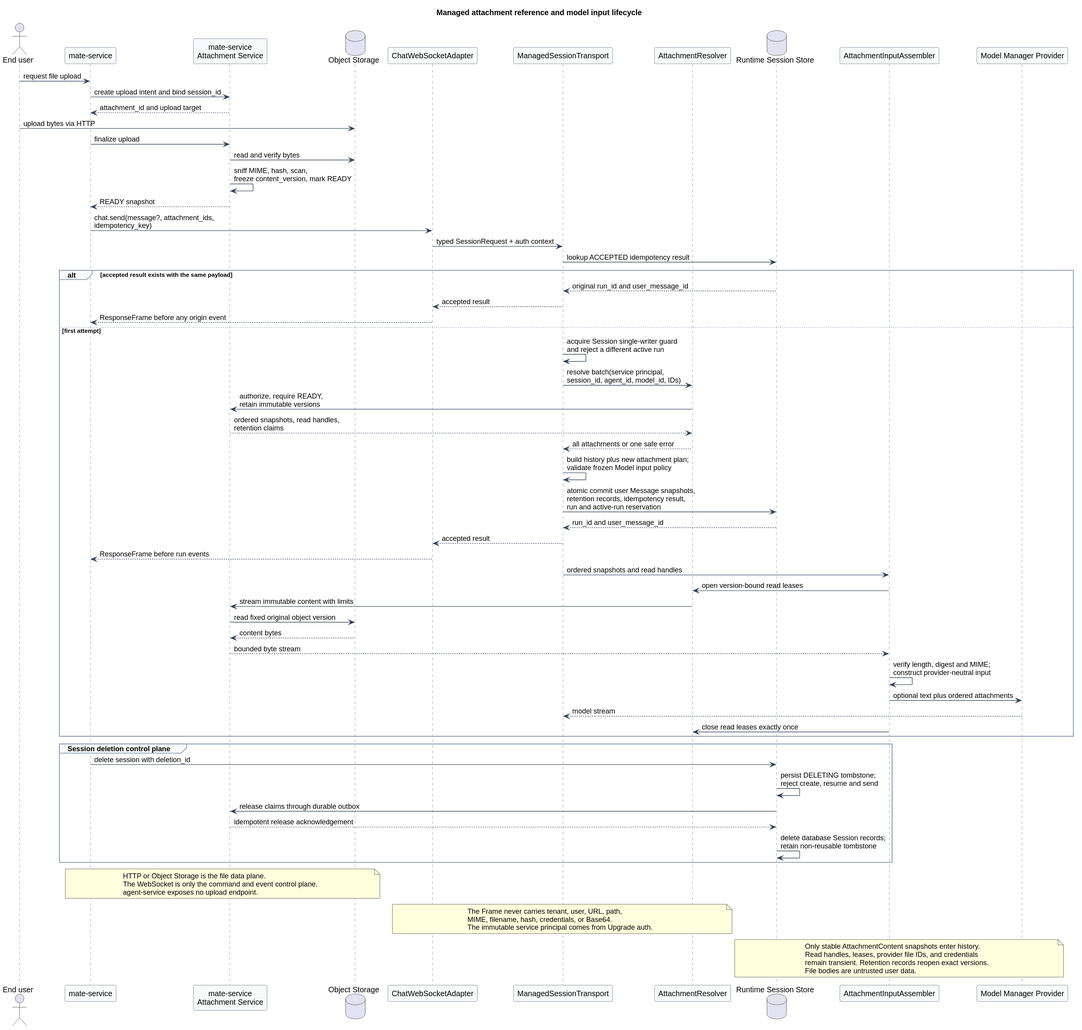
Above: pi-mono-java-manager-driven-multi-agent-runtime/managed_attachment_reference_lifecycle.svg in superheromeZzh/pi-mono-java-design (PlantUML), before the change.
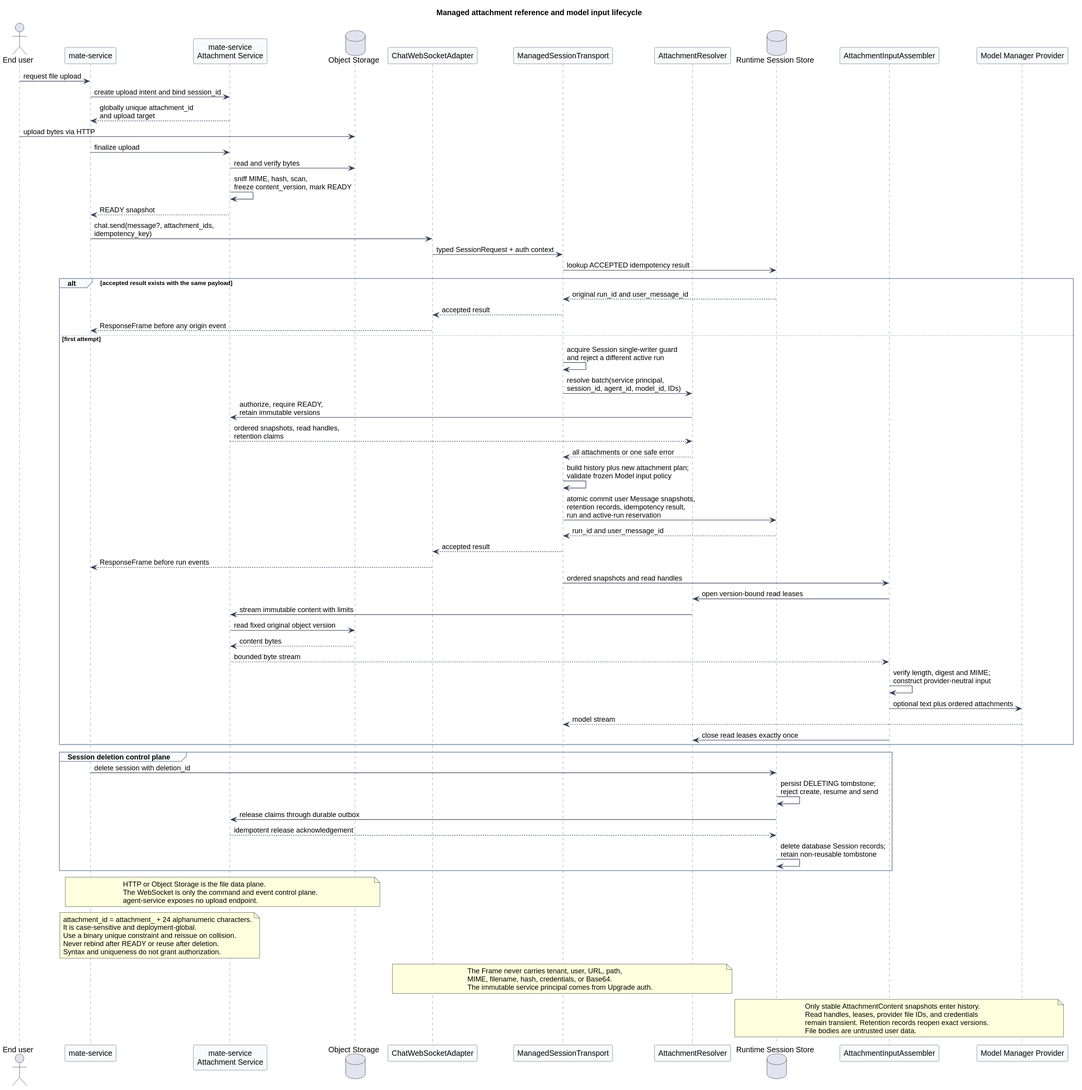
Above is the later version.

Commit message:
docs(agent): standardize attachment resource IDs

Diff of the diagram source:
```diff
@@ -28,7 +28,7 @@
 
 User -> Upstream : request file upload
 Upstream -> Attach : create upload intent and bind session_id
-Attach --> Upstream : attachment_id and upload target
+Attach --> Upstream : globally unique attachment_id\nand upload target
 User -> ObjectStore : upload bytes via HTTP
 Upstream -> Attach : finalize upload
 Attach -> ObjectStore : read and verify bytes
@@ -81,6 +81,14 @@
 agent-service exposes no upload endpoint.
 end note
 
+note over Upstream,Attach
+attachment_id = attachment_ + 24 alphanumeric characters.
+It is case-sensitive and deployment-global.
+Use a binary unique constraint and reissue on collision.
+Never rebind after READY or reuse after deletion.
+Syntax and uniqueness do not grant authorization.
+end note
+
 note over WS,Resolver
 The Frame never carries tenant, user, URL, path,
 MIME, filename, hash, credentials, or Base64.
```
